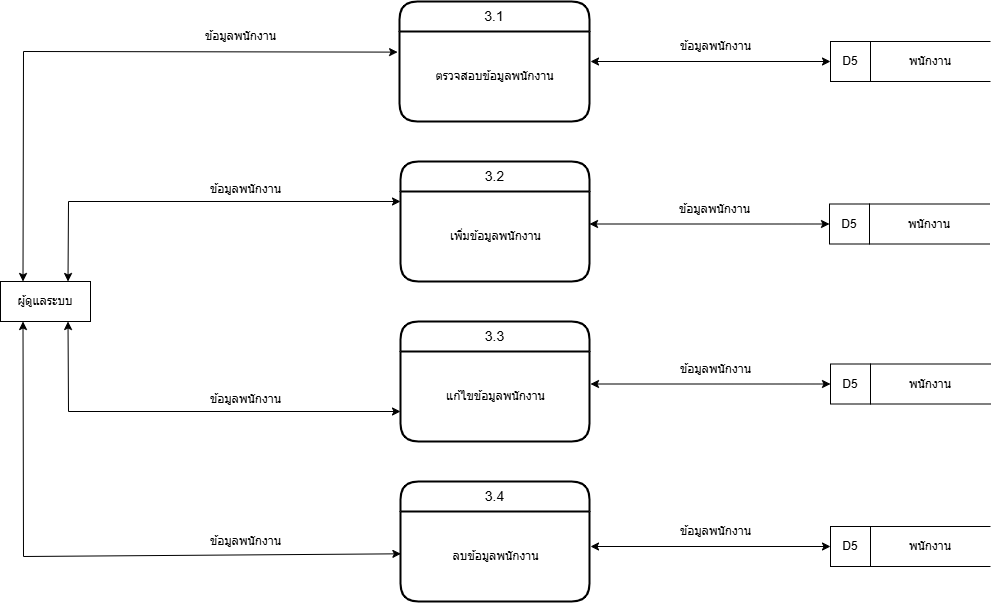
The draw.io diagram docx/diagrams/dataflow-lvl1-3.drawio.png in MrLuciana/devaree_project, before a commit. Source tidied: cells renumbered, new cells last; positions are measured from the earlier drawing's top-left corner, leaving out a move shared by most shapes.
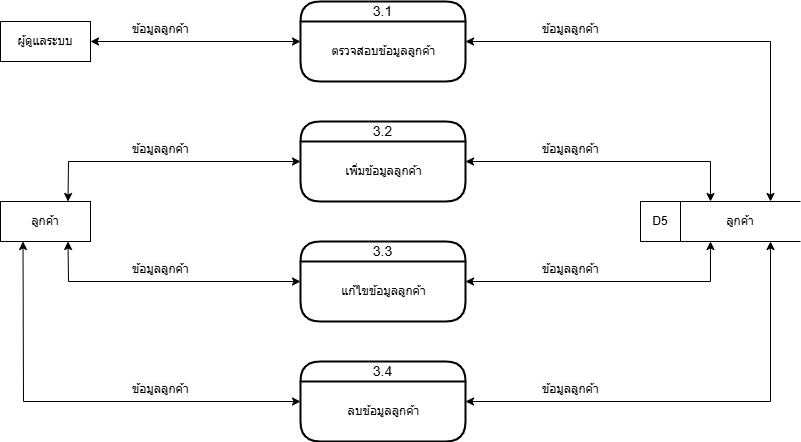
Later version of the same file.

The edit, as a diff of the source:
```diff
@@ -2,129 +2,117 @@
   <root>
     <mxCell id="0" />
     <mxCell id="1" parent="0" />
+    <mxCell id="35" value="ลูกค้า" style="rounded=0;whiteSpace=wrap;html=1;" parent="1" vertex="1">
+      <mxGeometry x="110" y="280" width="90" height="40" as="geometry" />
+    </mxCell>
+    <mxCell id="3" value="3.1" style="swimlane;horizontal=1;startSize=20;rounded=1;fontSize=14;fontStyle=0;strokeWidth=2;shadow=0;dashed=0;align=center;arcSize=37;whiteSpace=wrap;html=1;" parent="1" vertex="1">
+      <mxGeometry x="410" y="80" width="165" height="80" as="geometry" />
+    </mxCell>
+    <mxCell id="36" value="ตรวจสอบข้อมูลลูกค้า" style="text;html=1;align=center;verticalAlign=middle;strokeColor=none;fillColor=none;" parent="3" vertex="1">
+      <mxGeometry y="20" width="165" height="60" as="geometry" />
+    </mxCell>
+    <mxCell id="5" value="3.2" style="swimlane;horizontal=1;startSize=20;rounded=1;fontSize=14;fontStyle=0;strokeWidth=2;shadow=0;dashed=0;align=center;arcSize=37;whiteSpace=wrap;html=1;" parent="1" vertex="1">
+      <mxGeometry x="410" y="200" width="165" height="80" as="geometry" />
+    </mxCell>
+    <mxCell id="37" value="เพิ่มข้อมูลลูกค้า" style="text;html=1;align=center;verticalAlign=middle;strokeColor=none;fillColor=none;" parent="5" vertex="1">
+      <mxGeometry y="20" width="165" height="60" as="geometry" />
+    </mxCell>
+    <mxCell id="7" value="3.3" style="swimlane;horizontal=1;startSize=20;rounded=1;fontSize=14;fontStyle=0;strokeWidth=2;shadow=0;dashed=0;align=center;arcSize=37;whiteSpace=wrap;html=1;" parent="1" vertex="1">
+      <mxGeometry x="410" y="320" width="165" height="80" as="geometry" />
+    </mxCell>
+    <mxCell id="38" value="แก้ไขข้อมูลลูกค้า" style="text;html=1;align=center;verticalAlign=middle;strokeColor=none;fillColor=none;" parent="7" vertex="1">
+      <mxGeometry y="20" width="165" height="60" as="geometry" />
+    </mxCell>
+    <mxCell id="9" value="3.4" style="swimlane;horizontal=1;startSize=20;rounded=1;fontSize=14;fontStyle=0;strokeWidth=2;shadow=0;dashed=0;align=center;arcSize=37;whiteSpace=wrap;html=1;" parent="1" vertex="1">
+      <mxGeometry x="410" y="440" width="165" height="80" as="geometry" />
+    </mxCell>
+    <mxCell id="39" value="ลบข้อมูลลูกค้า" style="text;html=1;align=center;verticalAlign=middle;strokeColor=none;fillColor=none;" parent="9" vertex="1">
+      <mxGeometry y="20" width="165" height="60" as="geometry" />
+    </mxCell>
+    <mxCell id="40" value="ลูกค้า" style="shape=partialRectangle;whiteSpace=wrap;html=1;left=0;right=0;fillColor=none;" parent="1" vertex="1">
+      <mxGeometry x="790" y="280" width="120" height="40" as="geometry" />
+    </mxCell>
+    <mxCell id="41" value="D5" style="rounded=0;whiteSpace=wrap;html=1;" parent="1" vertex="1">
+      <mxGeometry x="750" y="280" width="40" height="40" as="geometry" />
+    </mxCell>
+    <mxCell id="42" style="endArrow=classic;startArrow=classic;html=1;rounded=0;exitX=0.75;exitY=0;exitDx=0;exitDy=0;entryX=0;entryY=0.5;entryDx=0;entryDy=0;" parent="1" edge="1" source="35" target="5">
+      <mxGeometry relative="1" as="geometry">
+        <Array as="points">
+          <mxPoint x="178" y="240" />
+        </Array>
+      </mxGeometry>
+    </mxCell>
+    <mxCell id="43" style="endArrow=classic;startArrow=classic;html=1;rounded=0;exitX=0.75;exitY=1;exitDx=0;exitDy=0;entryX=0;entryY=0.5;entryDx=0;entryDy=0;" parent="1" edge="1" source="35" target="7">
+      <mxGeometry relative="1" as="geometry">
+        <Array as="points">
+          <mxPoint x="178" y="360" />
+        </Array>
+      </mxGeometry>
+    </mxCell>
+    <mxCell id="44" style="endArrow=classic;startArrow=classic;html=1;rounded=0;exitX=0.25;exitY=1;exitDx=0;exitDy=0;entryX=0;entryY=0.5;entryDx=0;entryDy=0;" parent="1" edge="1" source="35" target="9">
+      <mxGeometry relative="1" as="geometry">
+        <Array as="points">
+          <mxPoint x="133" y="480" />
+        </Array>
+      </mxGeometry>
+    </mxCell>
+    <mxCell id="45" style="endArrow=classic;startArrow=classic;html=1;rounded=0;entryX=1;entryY=0.5;entryDx=0;entryDy=0;exitX=0.75;exitY=0;exitDx=0;exitDy=0;" parent="1" edge="1" source="40" target="3">
+      <mxGeometry relative="1" as="geometry">
+        <Array as="points">
+          <mxPoint x="880" y="120" />
+        </Array>
+      </mxGeometry>
+    </mxCell>
+    <mxCell id="46" style="endArrow=classic;startArrow=classic;html=1;rounded=0;entryX=1;entryY=0.5;entryDx=0;entryDy=0;exitX=0.25;exitY=0;exitDx=0;exitDy=0;" parent="1" edge="1" source="40" target="5">
+      <mxGeometry relative="1" as="geometry">
+        <Array as="points">
+          <mxPoint x="820" y="240" />
+        </Array>
+      </mxGeometry>
+    </mxCell>
+    <mxCell id="47" style="endArrow=classic;startArrow=classic;html=1;rounded=0;exitX=1;exitY=0.5;exitDx=0;exitDy=0;entryX=0.25;entryY=1;entryDx=0;entryDy=0;" parent="1" edge="1" source="7" target="40">
+      <mxGeometry relative="1" as="geometry">
+        <Array as="points">
+          <mxPoint x="820" y="360" />
+        </Array>
+      </mxGeometry>
+    </mxCell>
+    <mxCell id="48" style="endArrow=classic;startArrow=classic;html=1;rounded=0;exitX=1;exitY=0.5;exitDx=0;exitDy=0;entryX=0.75;entryY=1;entryDx=0;entryDy=0;" parent="1" edge="1" source="9" target="40">
+      <mxGeometry relative="1" as="geometry">
+        <Array as="points">
+          <mxPoint x="880" y="480" />
+        </Array>
+      </mxGeometry>
+    </mxCell>
+    <mxCell id="49" value="&lt;br&gt;&lt;span style=&quot;color: rgb(0, 0, 0); font-family: Helvetica; font-size: 12px; font-style: normal; font-variant-ligatures: normal; font-variant-caps: normal; font-weight: 400; letter-spacing: normal; orphans: 2; text-align: center; text-indent: 0px; text-transform: none; widows: 2; word-spacing: 0px; -webkit-text-stroke-width: 0px; white-space: nowrap; background-color: rgb(251, 251, 251); text-decoration-thickness: initial; text-decoration-style: initial; text-decoration-color: initial; display: inline !important; float: none;&quot;&gt;ข้อมูลลูกค้า&lt;/span&gt;&lt;br&gt;&lt;br&gt;" style="text;whiteSpace=wrap;html=1;" parent="1" vertex="1">
+      <mxGeometry x="240" y="80" width="100" height="40" as="geometry" />
+    </mxCell>
+    <mxCell id="50" value="&lt;br&gt;&lt;span style=&quot;color: rgb(0, 0, 0); font-family: Helvetica; font-size: 12px; font-style: normal; font-variant-ligatures: normal; font-variant-caps: normal; font-weight: 400; letter-spacing: normal; orphans: 2; text-align: center; text-indent: 0px; text-transform: none; widows: 2; word-spacing: 0px; -webkit-text-stroke-width: 0px; white-space: nowrap; background-color: rgb(251, 251, 251); text-decoration-thickness: initial; text-decoration-style: initial; text-decoration-color: initial; display: inline !important; float: none;&quot;&gt;ข้อมูลลูกค้า&lt;/span&gt;&lt;br&gt;&lt;br&gt;" style="text;whiteSpace=wrap;html=1;" parent="1" vertex="1">
+      <mxGeometry x="240" y="200" width="100" height="40" as="geometry" />
+    </mxCell>
+    <mxCell id="51" value="&lt;br&gt;&lt;span style=&quot;color: rgb(0, 0, 0); font-family: Helvetica; font-size: 12px; font-style: normal; font-variant-ligatures: normal; font-variant-caps: normal; font-weight: 400; letter-spacing: normal; orphans: 2; text-align: center; text-indent: 0px; text-transform: none; widows: 2; word-spacing: 0px; -webkit-text-stroke-width: 0px; white-space: nowrap; background-color: rgb(251, 251, 251); text-decoration-thickness: initial; text-decoration-style: initial; text-decoration-color: initial; display: inline !important; float: none;&quot;&gt;ข้อมูลลูกค้า&lt;/span&gt;&lt;br&gt;&lt;br&gt;" style="text;whiteSpace=wrap;html=1;" parent="1" vertex="1">
+      <mxGeometry x="240" y="320" width="100" height="40" as="geometry" />
+    </mxCell>
+    <mxCell id="52" value="&lt;br&gt;&lt;span style=&quot;color: rgb(0, 0, 0); font-family: Helvetica; font-size: 12px; font-style: normal; font-variant-ligatures: normal; font-variant-caps: normal; font-weight: 400; letter-spacing: normal; orphans: 2; text-align: center; text-indent: 0px; text-transform: none; widows: 2; word-spacing: 0px; -webkit-text-stroke-width: 0px; white-space: nowrap; background-color: rgb(251, 251, 251); text-decoration-thickness: initial; text-decoration-style: initial; text-decoration-color: initial; display: inline !important; float: none;&quot;&gt;ข้อมูลลูกค้า&lt;/span&gt;&lt;br&gt;&lt;br&gt;" style="text;whiteSpace=wrap;html=1;" parent="1" vertex="1">
+      <mxGeometry x="240" y="440" width="100" height="40" as="geometry" />
+    </mxCell>
+    <mxCell id="53" value="&lt;br&gt;&lt;span style=&quot;color: rgb(0, 0, 0); font-family: Helvetica; font-size: 12px; font-style: normal; font-variant-ligatures: normal; font-variant-caps: normal; font-weight: 400; letter-spacing: normal; orphans: 2; text-align: center; text-indent: 0px; text-transform: none; widows: 2; word-spacing: 0px; -webkit-text-stroke-width: 0px; white-space: nowrap; background-color: rgb(251, 251, 251); text-decoration-thickness: initial; text-decoration-style: initial; text-decoration-color: initial; display: inline !important; float: none;&quot;&gt;ข้อมูลลูกค้า&lt;/span&gt;&lt;br&gt;&lt;br&gt;" style="text;whiteSpace=wrap;html=1;" parent="1" vertex="1">
+      <mxGeometry x="650" y="80" width="100" height="40" as="geometry" />
+    </mxCell>
+    <mxCell id="54" value="&lt;br&gt;&lt;span style=&quot;color: rgb(0, 0, 0); font-family: Helvetica; font-size: 12px; font-style: normal; font-variant-ligatures: normal; font-variant-caps: normal; font-weight: 400; letter-spacing: normal; orphans: 2; text-align: center; text-indent: 0px; text-transform: none; widows: 2; word-spacing: 0px; -webkit-text-stroke-width: 0px; white-space: nowrap; background-color: rgb(251, 251, 251); text-decoration-thickness: initial; text-decoration-style: initial; text-decoration-color: initial; display: inline !important; float: none;&quot;&gt;ข้อมูลลูกค้า&lt;/span&gt;&lt;br&gt;&lt;br&gt;" style="text;whiteSpace=wrap;html=1;" parent="1" vertex="1">
+      <mxGeometry x="650" y="200" width="100" height="40" as="geometry" />
+    </mxCell>
+    <mxCell id="55" value="&lt;br&gt;&lt;span style=&quot;color: rgb(0, 0, 0); font-family: Helvetica; font-size: 12px; font-style: normal; font-variant-ligatures: normal; font-variant-caps: normal; font-weight: 400; letter-spacing: normal; orphans: 2; text-align: center; text-indent: 0px; text-transform: none; widows: 2; word-spacing: 0px; -webkit-text-stroke-width: 0px; white-space: nowrap; background-color: rgb(251, 251, 251); text-decoration-thickness: initial; text-decoration-style: initial; text-decoration-color: initial; display: inline !important; float: none;&quot;&gt;ข้อมูลลูกค้า&lt;/span&gt;&lt;br&gt;&lt;br&gt;" style="text;whiteSpace=wrap;html=1;" parent="1" vertex="1">
+      <mxGeometry x="650" y="320" width="100" height="40" as="geometry" />
+    </mxCell>
+    <mxCell id="56" value="&lt;br&gt;&lt;span style=&quot;color: rgb(0, 0, 0); font-family: Helvetica; font-size: 12px; font-style: normal; font-variant-ligatures: normal; font-variant-caps: normal; font-weight: 400; letter-spacing: normal; orphans: 2; text-align: center; text-indent: 0px; text-transform: none; widows: 2; word-spacing: 0px; -webkit-text-stroke-width: 0px; white-space: nowrap; background-color: rgb(251, 251, 251); text-decoration-thickness: initial; text-decoration-style: initial; text-decoration-color: initial; display: inline !important; float: none;&quot;&gt;ข้อมูลลูกค้า&lt;/span&gt;&lt;br&gt;&lt;br&gt;" style="text;whiteSpace=wrap;html=1;" parent="1" vertex="1">
+      <mxGeometry x="650" y="440" width="100" height="40" as="geometry" />
+    </mxCell>
     <mxCell id="2" value="ผู้ดูแลระบบ" style="rounded=0;whiteSpace=wrap;html=1;" parent="1" vertex="1">
-      <mxGeometry y="280" width="90" height="40" as="geometry" />
+      <mxGeometry x="110" y="100" width="90" height="40" as="geometry" />
     </mxCell>
-    <mxCell id="3" value="3.1" style="swimlane;horizontal=1;startSize=30;rounded=1;fontSize=14;fontStyle=0;strokeWidth=2;shadow=0;dashed=0;align=center;arcSize=20;whiteSpace=wrap;html=1;swimlaneLine=1;glass=0;" parent="1" vertex="1">
-      <mxGeometry x="399" width="190" height="120" as="geometry" />
-    </mxCell>
-    <mxCell id="4" value="ตรวจสอบข้อมูลพนักงาน" style="text;html=1;align=center;verticalAlign=middle;points=[];strokeColor=none;fillColor=none;" parent="3" vertex="1">
-      <mxGeometry y="30" width="190" height="90" as="geometry" />
-    </mxCell>
-    <mxCell id="5" value="3.2" style="swimlane;horizontal=1;startSize=30;rounded=1;fontSize=14;fontStyle=0;strokeWidth=2;shadow=0;dashed=0;align=center;arcSize=20;whiteSpace=wrap;html=1;swimlaneLine=1;glass=0;" parent="1" vertex="1">
-      <mxGeometry x="400" y="160" width="189" height="120" as="geometry" />
-    </mxCell>
-    <mxCell id="6" value="เพิ่มข้อมูลพนักงาน" style="text;html=1;align=center;verticalAlign=middle;points=[];strokeColor=none;fillColor=none;" parent="5" vertex="1">
-      <mxGeometry y="30" width="189" height="90" as="geometry" />
-    </mxCell>
-    <mxCell id="7" value="3.3" style="swimlane;horizontal=1;startSize=30;rounded=1;fontSize=14;fontStyle=0;strokeWidth=2;shadow=0;dashed=0;align=center;arcSize=20;whiteSpace=wrap;html=1;swimlaneLine=1;glass=0;" parent="1" vertex="1">
-      <mxGeometry x="400" y="320" width="189" height="120" as="geometry" />
-    </mxCell>
-    <mxCell id="8" value="แก้ไขข้อมูลพนักงาน" style="text;html=1;align=center;verticalAlign=middle;strokeColor=none;fillColor=none;" parent="7" vertex="1">
-      <mxGeometry y="30" width="189" height="90" as="geometry" />
-    </mxCell>
-    <mxCell id="9" value="3.4" style="swimlane;horizontal=1;startSize=30;rounded=1;fontSize=14;fontStyle=0;strokeWidth=2;shadow=0;dashed=0;align=center;arcSize=20;whiteSpace=wrap;html=1;swimlaneLine=1;glass=0;" parent="1" vertex="1">
-      <mxGeometry x="400" y="480" width="189" height="120" as="geometry" />
-    </mxCell>
-    <mxCell id="10" value="ลบข้อมูลพนักงาน" style="text;html=1;align=center;verticalAlign=middle;points=[];strokeColor=none;fillColor=none;" parent="9" vertex="1">
-      <mxGeometry y="30" width="189" height="90" as="geometry" />
-    </mxCell>
-    <mxCell id="11" value="พนักงาน" style="shape=partialRectangle;whiteSpace=wrap;html=1;left=0;right=0;fillColor=none;" parent="1" vertex="1">
-      <mxGeometry x="870" y="40" width="120" height="40" as="geometry" />
-    </mxCell>
-    <mxCell id="12" value="D5" style="rounded=0;whiteSpace=wrap;html=1;" parent="1" vertex="1">
-      <mxGeometry x="830" y="40" width="40" height="40" as="geometry" />
-    </mxCell>
-    <mxCell id="13" style="endArrow=classic;startArrow=classic;html=1;rounded=0;exitX=0.25;exitY=0;exitDx=0;exitDy=0;entryX=-0.01;entryY=0.229;entryDx=0;entryDy=0;entryPerimeter=0;" parent="1" edge="1" source="2" target="4">
-      <mxGeometry relative="1" as="geometry">
-        <Array as="points">
-          <mxPoint x="23" y="50" />
-        </Array>
-      </mxGeometry>
-    </mxCell>
-    <mxCell id="14" style="endArrow=classic;startArrow=classic;html=1;rounded=0;exitX=0.75;exitY=0;exitDx=0;exitDy=0;entryX=0;entryY=0.111;entryDx=0;entryDy=0;entryPerimeter=0;" parent="1" edge="1" source="2" target="6">
-      <mxGeometry relative="1" as="geometry">
-        <Array as="points">
-          <mxPoint x="68" y="200" />
-        </Array>
-      </mxGeometry>
-    </mxCell>
-    <mxCell id="15" style="endArrow=classic;startArrow=classic;html=1;rounded=0;exitX=0.75;exitY=1;exitDx=0;exitDy=0;" parent="1" edge="1" source="2">
-      <mxGeometry relative="1" as="geometry">
-        <mxPoint x="400" y="410" as="targetPoint" />
-        <Array as="points">
-          <mxPoint x="68" y="410" />
-        </Array>
-      </mxGeometry>
-    </mxCell>
-    <mxCell id="16" style="endArrow=classic;startArrow=classic;html=1;rounded=0;exitX=0.25;exitY=1;exitDx=0;exitDy=0;entryX=0.002;entryY=0.47;entryDx=0;entryDy=0;entryPerimeter=0;" parent="1" edge="1" source="2" target="10">
-      <mxGeometry relative="1" as="geometry">
-        <Array as="points">
-          <mxPoint x="23" y="555" />
-        </Array>
-      </mxGeometry>
-    </mxCell>
-    <mxCell id="17" style="endArrow=classic;startArrow=classic;html=1;rounded=0;entryX=0;entryY=0.5;entryDx=0;entryDy=0;" parent="1" edge="1" target="12">
-      <mxGeometry relative="1" as="geometry">
-        <mxPoint x="590" y="60" as="sourcePoint" />
-      </mxGeometry>
-    </mxCell>
-    <mxCell id="18" value="ข้อมูลพนักงาน" style="text;html=1;align=center;verticalAlign=middle;strokeColor=none;fillColor=none;" parent="1" vertex="1">
-      <mxGeometry x="200" y="20" width="80" height="30" as="geometry" />
-    </mxCell>
-    <mxCell id="19" value="ข้อมูลพนักงาน" style="text;html=1;align=center;verticalAlign=middle;strokeColor=none;fillColor=none;" parent="1" vertex="1">
-      <mxGeometry x="205" y="525" width="80" height="30" as="geometry" />
-    </mxCell>
-    <mxCell id="20" value="ข้อมูลพนักงาน" style="text;html=1;align=center;verticalAlign=middle;strokeColor=none;fillColor=none;" parent="1" vertex="1">
-      <mxGeometry x="205" y="382.5" width="80" height="30" as="geometry" />
-    </mxCell>
-    <mxCell id="21" value="ข้อมูลพนักงาน" style="text;html=1;align=center;verticalAlign=middle;strokeColor=none;fillColor=none;" parent="1" vertex="1">
-      <mxGeometry x="205" y="172.5" width="80" height="30" as="geometry" />
-    </mxCell>
-    <mxCell id="22" value="ข้อมูลพนักงาน" style="text;html=1;align=center;verticalAlign=middle;strokeColor=none;fillColor=none;" parent="1" vertex="1">
-      <mxGeometry x="675" y="30" width="80" height="30" as="geometry" />
-    </mxCell>
-    <mxCell id="23" value="พนักงาน" style="shape=partialRectangle;whiteSpace=wrap;html=1;left=0;right=0;fillColor=none;" parent="1" vertex="1">
-      <mxGeometry x="869" y="202.5" width="120" height="40" as="geometry" />
-    </mxCell>
-    <mxCell id="24" value="D5" style="rounded=0;whiteSpace=wrap;html=1;" parent="1" vertex="1">
-      <mxGeometry x="829" y="202.5" width="40" height="40" as="geometry" />
-    </mxCell>
-    <mxCell id="25" style="endArrow=classic;startArrow=classic;html=1;rounded=0;entryX=0;entryY=0.5;entryDx=0;entryDy=0;" parent="1" edge="1" target="24">
-      <mxGeometry relative="1" as="geometry">
-        <mxPoint x="589" y="222.5" as="sourcePoint" />
-      </mxGeometry>
-    </mxCell>
-    <mxCell id="26" value="ข้อมูลพนักงาน" style="text;html=1;align=center;verticalAlign=middle;strokeColor=none;fillColor=none;" parent="1" vertex="1">
-      <mxGeometry x="674" y="192.5" width="80" height="30" as="geometry" />
-    </mxCell>
-    <mxCell id="27" value="พนักงาน" style="shape=partialRectangle;whiteSpace=wrap;html=1;left=0;right=0;fillColor=none;" parent="1" vertex="1">
-      <mxGeometry x="870" y="362.5" width="120" height="40" as="geometry" />
-    </mxCell>
-    <mxCell id="28" value="D5" style="rounded=0;whiteSpace=wrap;html=1;" parent="1" vertex="1">
-      <mxGeometry x="830" y="362.5" width="40" height="40" as="geometry" />
-    </mxCell>
-    <mxCell id="29" style="endArrow=classic;startArrow=classic;html=1;rounded=0;entryX=0;entryY=0.5;entryDx=0;entryDy=0;" parent="1" edge="1" target="28">
-      <mxGeometry relative="1" as="geometry">
-        <mxPoint x="590" y="382.5" as="sourcePoint" />
-      </mxGeometry>
-    </mxCell>
-    <mxCell id="30" value="ข้อมูลพนักงาน" style="text;html=1;align=center;verticalAlign=middle;strokeColor=none;fillColor=none;" parent="1" vertex="1">
-      <mxGeometry x="675" y="352.5" width="80" height="30" as="geometry" />
-    </mxCell>
-    <mxCell id="31" value="พนักงาน" style="shape=partialRectangle;whiteSpace=wrap;html=1;left=0;right=0;fillColor=none;" parent="1" vertex="1">
-      <mxGeometry x="870" y="525" width="120" height="40" as="geometry" />
-    </mxCell>
-    <mxCell id="32" value="D5" style="rounded=0;whiteSpace=wrap;html=1;" parent="1" vertex="1">
-      <mxGeometry x="830" y="525" width="40" height="40" as="geometry" />
-    </mxCell>
-    <mxCell id="33" style="endArrow=classic;startArrow=classic;html=1;rounded=0;entryX=0;entryY=0.5;entryDx=0;entryDy=0;" parent="1" edge="1" target="32">
-      <mxGeometry relative="1" as="geometry">
-        <mxPoint x="590" y="545" as="sourcePoint" />
-      </mxGeometry>
-    </mxCell>
-    <mxCell id="34" value="ข้อมูลพนักงาน" style="text;html=1;align=center;verticalAlign=middle;strokeColor=none;fillColor=none;" parent="1" vertex="1">
-      <mxGeometry x="675" y="515" width="80" height="30" as="geometry" />
-    </mxCell>
+    <mxCell id="57" style="endArrow=classic;startArrow=classic;html=1;rounded=0;exitX=1;exitY=0.5;exitDx=0;exitDy=0;entryX=0;entryY=0.5;entryDx=0;entryDy=0;" parent="1" edge="1" source="2" target="3">
+      <mxGeometry relative="1" as="geometry" />
+    </mxCell>
   </root>
 </mxGraphModel>
```
